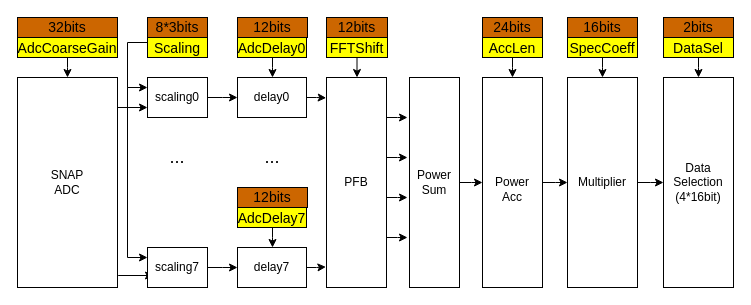
This is figures/drawio/limbo-block-diagram.drawio from liuweiseu/limbo_scripts, a draw.io file, before an edit. Source tidied: cells renumbered, new cells numbered last; positions are measured from the earlier drawing's top-left corner, leaving out a move shared by most shapes. Both pictures are drawn from the tidied source at 100%, with x=0, y=0 at pixel (17, 17).
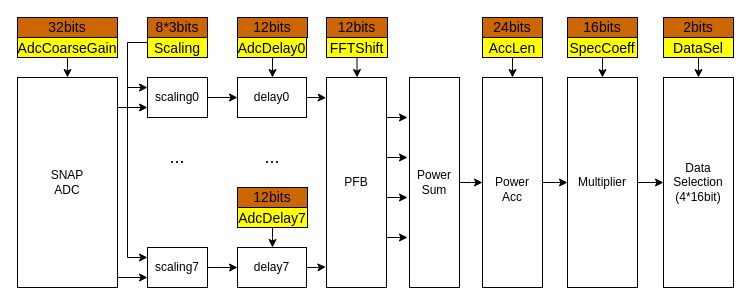
After the change.

The change refers to these unchanged cells:
```xml
<mxCell id="2" value="SNAP&lt;br&gt;ADC" style="rounded=0;whiteSpace=wrap;html=1;" parent="1" vertex="1">
  <mxGeometry y="60" width="100" height="210" as="geometry" />
</mxCell>
<mxCell id="13" value="scaling7" style="rounded=0;whiteSpace=wrap;html=1;" parent="11" vertex="1">
  <mxGeometry y="170" width="60" height="40" as="geometry" />
</mxCell>
<mxCell id="15" style="group;" parent="1" vertex="1">
  <mxGeometry x="220" y="60" width="70" height="210" as="geometry" />
</mxCell>
```

The edit, as a diff of the source:
```diff
@@
-    <mxCell id="5" style="edgeStyle=orthogonalEdgeStyle;rounded=0;orthogonalLoop=1;jettySize=auto;html=1;entryX=1.009;entryY=0.904;entryDx=0;entryDy=0;entryPerimeter=0;fontSize=18;startArrow=classic;startFill=1;endArrow=none;endFill=0;" parent="1" edge="1">
-      <mxGeometry relative="1" as="geometry">
-        <mxPoint x="136" y="258" as="sourcePoint" />
-        <mxPoint x="100.7" y="257.8" as="targetPoint" />
-      </mxGeometry>
+    <mxCell id="5" style="edgeStyle=orthogonalEdgeStyle;rounded=0;jettySize=auto;html=1;entryX=1.001;entryY=0.953;entryDx=0;entryDy=0;entryPerimeter=0;fontSize=18;startArrow=classic;startFill=1;endArrow=none;endFill=0;exitX=0;exitY=0.75;exitDx=0;exitDy=0;" parent="1" edge="1" source="13" target="2">
+      <mxGeometry relative="1" as="geometry" />
     </mxCell>
@@
     <mxCell id="19" value="&lt;font style=&quot;font-size: 14px;&quot;&gt;AdcDelay7&lt;/font&gt;" style="rounded=0;whiteSpace=wrap;html=1;fontSize=18;fillColor=#FFFF00;" parent="15" vertex="1">
-      <mxGeometry y="130" width="69" height="20" as="geometry" />
+      <mxGeometry y="130" width="70" height="20" as="geometry" />
     </mxCell>
```
